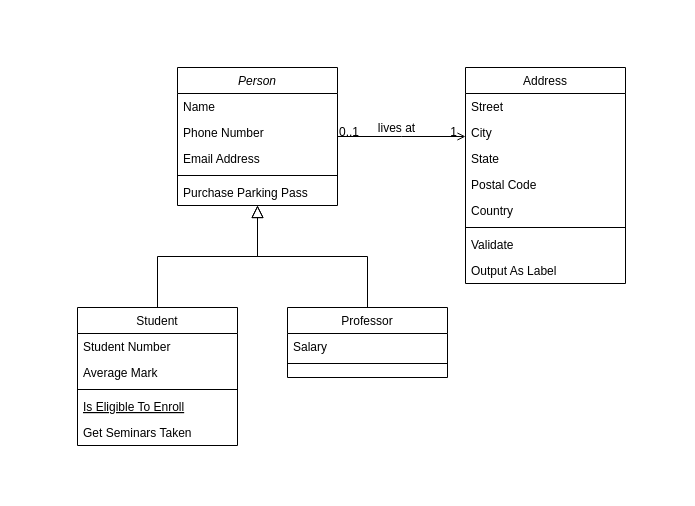
Above: web-larek-frontend.drawio in Kazannik/web-larek-frontend (draw.io), before the change. Source tidied: cells renumbered, new cells numbered last; positions are measured from the earlier drawing's top-left corner, leaving out a move shared by most shapes. Both pictures are drawn from the tidied source at 100%, with x=0, y=0 at pixel (77, 67).
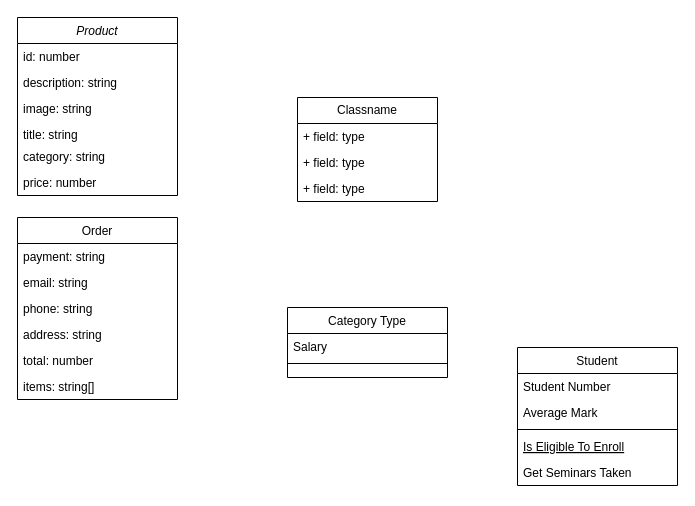
The same diagram, later.

Diff of the diagram source:
```diff
@@
-    <mxCell id="2" value="Person" style="swimlane;fontStyle=2;align=center;verticalAlign=top;horizontal=1;startSize=26;rounded=0;shadow=0;strokeWidth=1;" parent="1" vertex="1">
-      <mxGeometry x="100" width="160" height="138" as="geometry" />
+    <mxCell id="2" value="Product" style="swimlane;fontStyle=2;align=center;verticalAlign=top;horizontal=1;startSize=26;rounded=0;shadow=0;strokeWidth=1;" parent="1" vertex="1">
+      <mxGeometry x="-60" y="-50" width="160" height="178" as="geometry" />
     </mxCell>
-    <mxCell id="3" value="Name" style="text;align=left;verticalAlign=top;spacingLeft=4;spacingRight=4;overflow=hidden;" parent="2" vertex="1">
+    <mxCell id="3" value="id: number" style="text;align=left;verticalAlign=top;spacingLeft=4;spacingRight=4;overflow=hidden;" parent="2" vertex="1">
       <mxGeometry y="26" width="160" height="26" as="geometry" />
     </mxCell>
-    <mxCell id="4" value="Phone Number" style="text;align=left;verticalAlign=top;spacingLeft=4;spacingRight=4;overflow=hidden;rounded=0;shadow=0;html=0;" parent="2" vertex="1">
+    <mxCell id="4" value="description: string" style="text;align=left;verticalAlign=top;spacingLeft=4;spacingRight=4;overflow=hidden;rounded=0;shadow=0;html=0;" parent="2" vertex="1">
       <mxGeometry y="52" width="160" height="26" as="geometry" />
     </mxCell>
-    <mxCell id="5" value="Email Address" style="text;align=left;verticalAlign=top;spacingLeft=4;spacingRight=4;overflow=hidden;rounded=0;shadow=0;html=0;" parent="2" vertex="1">
+    <mxCell id="5" value="image: string" style="text;align=left;verticalAlign=top;spacingLeft=4;spacingRight=4;overflow=hidden;rounded=0;shadow=0;html=0;" parent="2" vertex="1">
       <mxGeometry y="78" width="160" height="26" as="geometry" />
     </mxCell>
-    <mxCell id="6" style="line;html=1;strokeWidth=1;align=left;verticalAlign=middle;spacingTop=-1;spacingLeft=3;spacingRight=3;labelPosition=right;" parent="2" vertex="1">
-      <mxGeometry y="104" width="160" height="8" as="geometry" />
-    </mxCell>
-    <mxCell id="7" value="Purchase Parking Pass" style="text;align=left;verticalAlign=top;spacingLeft=4;spacingRight=4;overflow=hidden;" parent="2" vertex="1">
-      <mxGeometry y="112" width="160" height="26" as="geometry" />
+    <mxCell id="7" value="title: string" style="text;align=left;verticalAlign=top;spacingLeft=4;spacingRight=4;overflow=hidden;" parent="2" vertex="1">
+      <mxGeometry y="104" width="160" height="22" as="geometry" />
     </mxCell>
+    <mxCell id="32" value="category: string" style="text;strokeColor=none;fillColor=none;align=left;verticalAlign=top;spacingLeft=4;spacingRight=4;overflow=hidden;whiteSpace=wrap;html=1;" parent="2" vertex="1">
+      <mxGeometry y="126" width="160" height="26" as="geometry" />
+    </mxCell>
+    <mxCell id="33" value="price: number" style="text;strokeColor=none;fillColor=none;align=left;verticalAlign=top;spacingLeft=4;spacingRight=4;overflow=hidden;whiteSpace=wrap;html=1;" parent="2" vertex="1">
+      <mxGeometry y="152" width="160" height="26" as="geometry" />
+    </mxCell>
     <mxCell id="8" value="Student" style="swimlane;fontStyle=0;align=center;verticalAlign=top;horizontal=1;startSize=26;rounded=0;shadow=0;strokeWidth=1;" parent="1" vertex="1">
-      <mxGeometry y="240" width="160" height="138" as="geometry" />
+      <mxGeometry x="440" y="280" width="160" height="138" as="geometry" />
     </mxCell>
@@
-    <mxCell id="14" style="endArrow=block;endSize=10;endFill=0;shadow=0;strokeWidth=1;rounded=0;edgeStyle=elbowEdgeStyle;elbow=vertical;" parent="1" edge="1" source="8" target="2">
-      <mxGeometry relative="1" as="geometry" />
-    </mxCell>
-    <mxCell id="15" value="Professor" style="swimlane;fontStyle=0;align=center;verticalAlign=top;horizontal=1;startSize=26;rounded=0;shadow=0;strokeWidth=1;" parent="1" vertex="1">
+    <mxCell id="15" value="Category Type" style="swimlane;fontStyle=0;align=center;verticalAlign=top;horizontal=1;startSize=26;rounded=0;shadow=0;strokeWidth=1;" parent="1" vertex="1">
       <mxGeometry x="210" y="240" width="160" height="70" as="geometry" />
     </mxCell>
@@
-    <mxCell id="18" style="endArrow=block;endSize=10;endFill=0;shadow=0;strokeWidth=1;rounded=0;edgeStyle=elbowEdgeStyle;elbow=vertical;" parent="1" edge="1" source="15" target="2">
-      <mxGeometry relative="1" as="geometry" />
-    </mxCell>
-    <mxCell id="19" value="Address" style="swimlane;fontStyle=0;align=center;verticalAlign=top;horizontal=1;startSize=26;rounded=0;shadow=0;strokeWidth=1;" parent="1" vertex="1">
-      <mxGeometry x="388" width="160" height="216" as="geometry" />
+    <mxCell id="19" value="Order" style="swimlane;fontStyle=0;align=center;verticalAlign=top;horizontal=1;startSize=26;rounded=0;shadow=0;strokeWidth=1;" parent="1" vertex="1">
+      <mxGeometry x="-60" y="150" width="160" height="182" as="geometry" />
     </mxCell>
-    <mxCell id="20" value="Street" style="text;align=left;verticalAlign=top;spacingLeft=4;spacingRight=4;overflow=hidden;" parent="19" vertex="1">
+    <mxCell id="20" value="payment: string" style="text;align=left;verticalAlign=top;spacingLeft=4;spacingRight=4;overflow=hidden;" parent="19" vertex="1">
       <mxGeometry y="26" width="160" height="26" as="geometry" />
     </mxCell>
-    <mxCell id="21" value="City" style="text;align=left;verticalAlign=top;spacingLeft=4;spacingRight=4;overflow=hidden;rounded=0;shadow=0;html=0;" parent="19" vertex="1">
+    <mxCell id="21" value="email: string" style="text;align=left;verticalAlign=top;spacingLeft=4;spacingRight=4;overflow=hidden;rounded=0;shadow=0;html=0;" parent="19" vertex="1">
       <mxGeometry y="52" width="160" height="26" as="geometry" />
     </mxCell>
-    <mxCell id="22" value="State" style="text;align=left;verticalAlign=top;spacingLeft=4;spacingRight=4;overflow=hidden;rounded=0;shadow=0;html=0;" parent="19" vertex="1">
+    <mxCell id="22" value="phone: string" style="text;align=left;verticalAlign=top;spacingLeft=4;spacingRight=4;overflow=hidden;rounded=0;shadow=0;html=0;" parent="19" vertex="1">
       <mxGeometry y="78" width="160" height="26" as="geometry" />
     </mxCell>
-    <mxCell id="23" value="Postal Code" style="text;align=left;verticalAlign=top;spacingLeft=4;spacingRight=4;overflow=hidden;rounded=0;shadow=0;html=0;" parent="19" vertex="1">
+    <mxCell id="23" value="address: string" style="text;align=left;verticalAlign=top;spacingLeft=4;spacingRight=4;overflow=hidden;rounded=0;shadow=0;html=0;" parent="19" vertex="1">
       <mxGeometry y="104" width="160" height="26" as="geometry" />
     </mxCell>
-    <mxCell id="24" value="Country" style="text;align=left;verticalAlign=top;spacingLeft=4;spacingRight=4;overflow=hidden;rounded=0;shadow=0;html=0;" parent="19" vertex="1">
+    <mxCell id="24" value="total: number" style="text;align=left;verticalAlign=top;spacingLeft=4;spacingRight=4;overflow=hidden;rounded=0;shadow=0;html=0;" parent="19" vertex="1">
       <mxGeometry y="130" width="160" height="26" as="geometry" />
     </mxCell>
-    <mxCell id="25" style="line;html=1;strokeWidth=1;align=left;verticalAlign=middle;spacingTop=-1;spacingLeft=3;spacingRight=3;labelPosition=right;" parent="19" vertex="1">
-      <mxGeometry y="156" width="160" height="8" as="geometry" />
-    </mxCell>
-    <mxCell id="26" value="Validate" style="text;align=left;verticalAlign=top;spacingLeft=4;spacingRight=4;overflow=hidden;" parent="19" vertex="1">
-      <mxGeometry y="164" width="160" height="26" as="geometry" />
-    </mxCell>
-    <mxCell id="27" value="Output As Label" style="text;align=left;verticalAlign=top;spacingLeft=4;spacingRight=4;overflow=hidden;" parent="19" vertex="1">
-      <mxGeometry y="190" width="160" height="26" as="geometry" />
-    </mxCell>
-    <mxCell id="28" style="endArrow=open;shadow=0;strokeWidth=1;rounded=0;endFill=1;edgeStyle=elbowEdgeStyle;elbow=vertical;" parent="1" edge="1" source="2" target="19">
-      <mxGeometry x="0.5" y="41" relative="1" as="geometry">
-        <mxPoint x="-40" y="32" as="offset" />
-      </mxGeometry>
-    </mxCell>
-    <mxCell id="29" value="0..1" style="align=left;verticalAlign=bottom;labelBackgroundColor=none;fontSize=12;" parent="28" vertex="1">
-      <mxGeometry x="-1" relative="1" as="geometry">
-        <mxPoint y="4" as="offset" />
-      </mxGeometry>
-    </mxCell>
-    <mxCell id="30" value="1" style="align=right;verticalAlign=bottom;labelBackgroundColor=none;fontSize=12;" parent="28" vertex="1">
-      <mxGeometry x="1" relative="1" as="geometry">
-        <mxPoint x="-7" y="4" as="offset" />
-      </mxGeometry>
-    </mxCell>
-    <mxCell id="31" value="lives at" style="text;html=1;align=center;verticalAlign=middle;labelBackgroundColor=none;rounded=0;shadow=0;strokeWidth=1;fontSize=12;" parent="28" vertex="1">
-      <mxGeometry x="0.5" y="49" relative="1" as="geometry">
-        <mxPoint x="-38" y="40" as="offset" />
-      </mxGeometry>
-    </mxCell>
+    <mxCell id="34" value="items: string[]" style="text;strokeColor=none;fillColor=none;align=left;verticalAlign=top;spacingLeft=4;spacingRight=4;overflow=hidden;whiteSpace=wrap;html=1;" parent="19" vertex="1">
+      <mxGeometry y="156" width="160" height="26" as="geometry" />
+    </mxCell>
+    <mxCell id="35" value="Classname" style="swimlane;fontStyle=0;horizontal=1;startSize=26;fillColor=none;whiteSpace=wrap;html=1;" parent="1" vertex="1">
+      <mxGeometry x="220" y="30" width="140" height="104" as="geometry" />
+    </mxCell>
+    <mxCell id="36" value="+ field: type" style="text;strokeColor=none;fillColor=none;align=left;verticalAlign=top;spacingLeft=4;spacingRight=4;overflow=hidden;whiteSpace=wrap;html=1;" parent="35" vertex="1">
+      <mxGeometry y="26" width="140" height="26" as="geometry" />
+    </mxCell>
+    <mxCell id="37" value="+ field: type" style="text;strokeColor=none;fillColor=none;align=left;verticalAlign=top;spacingLeft=4;spacingRight=4;overflow=hidden;whiteSpace=wrap;html=1;" parent="35" vertex="1">
+      <mxGeometry y="52" width="140" height="26" as="geometry" />
+    </mxCell>
+    <mxCell id="38" value="+ field: type" style="text;strokeColor=none;fillColor=none;align=left;verticalAlign=top;spacingLeft=4;spacingRight=4;overflow=hidden;whiteSpace=wrap;html=1;" parent="35" vertex="1">
+      <mxGeometry y="78" width="140" height="26" as="geometry" />
+    </mxCell>
```
